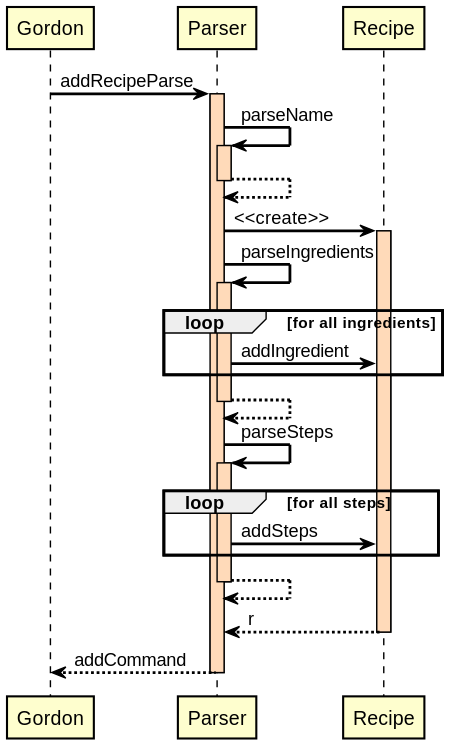
The PlantUML diagram docs/RenderedUML/AddSequence.svg in nus-cs2113-AY2122S1/tp, before a commit.
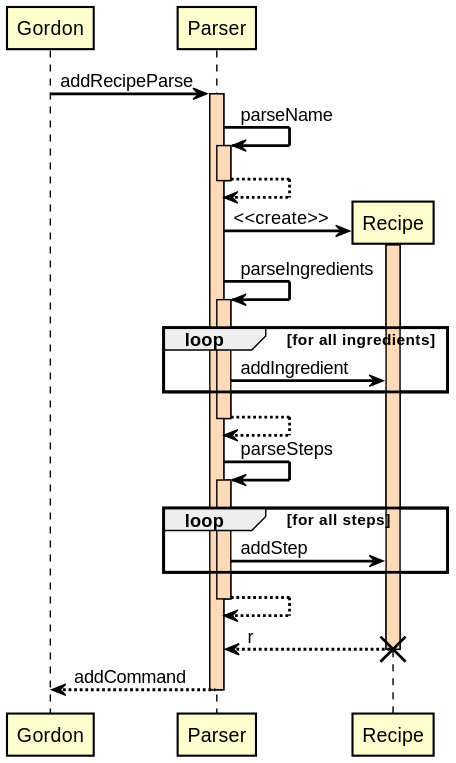
The same diagram one commit later.

Commit message:
Change UML diagrams to reflect feedback

Change to the diagram source:
```diff
@@ -17,7 +17,7 @@
 Parser --> Parser
 deactivate Parser
 
-Parser -> Recipe: <<create>>
+Parser -> Recipe**: <<create>>
 activate Recipe
 
 Parser -> Parser: parseIngredients
@@ -34,7 +34,7 @@
 activate Parser
 
 loop for all steps
-Parser -> Recipe: addSteps
+Parser -> Recipe: addStep
 end
 
 Parser --> Parser
@@ -42,6 +42,7 @@
 
 Recipe --> Parser: r
 deactivate Recipe
+destroy Recipe
 
 Parser --> Gordon: addCommand
 deactivate Parser
```
